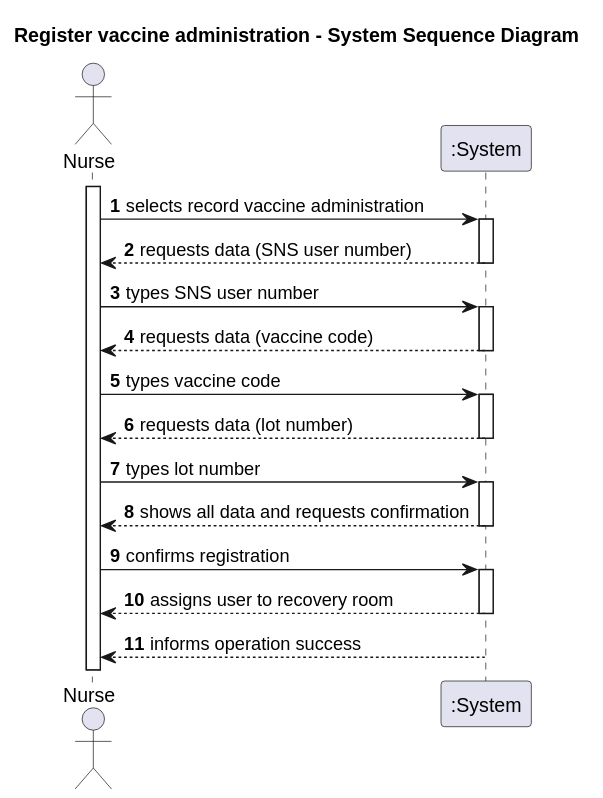
Before: docs/system-documentation/US41/svg/US41-SSD.svg, a diagram exported from PlantUML (Parafita123/leti-esoft-25-26-B1).
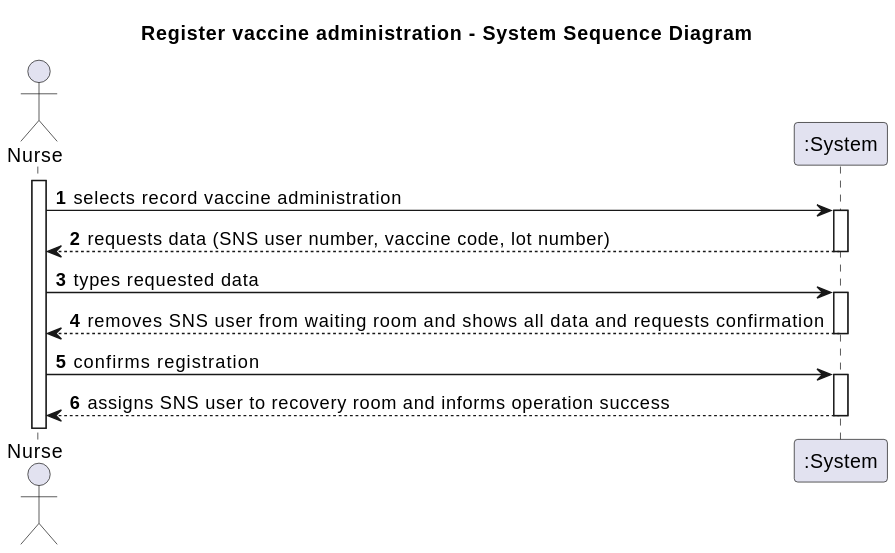
The same diagram one commit later.

What changed in the source:
```diff
@@ -10,14 +10,9 @@
 activate Nurse
 
 Nurse -> System: selects record vaccine administration
-System --> Nurse: requests data (SNS user number)
-Nurse -> System: types SNS user number
-System --> Nurse: requests data (vaccine code)
-Nurse -> System: types vaccine code
-System --> Nurse: requests data (lot number)
-Nurse -> System: types lot number
-System --> Nurse: shows all data and requests confirmation
+System --> Nurse: requests data (SNS user number, vaccine code, lot number)
+Nurse -> System: types requested data
+System --> Nurse: removes SNS user from waiting room and shows all data and requests confirmation
 Nurse -> System: confirms registration
-System --> Nurse: assigns user to recovery room
-System --> Nurse: informs operation success
+System --> Nurse: assigns SNS user to recovery room and informs operation success
 @enduml
```
